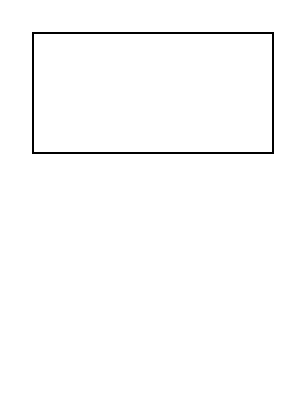
Before: 未命名绘图.drawio in zhzs1900/test, a draw.io diagram. Source tidied: cells renumbered, new cells numbered last; positions are measured from the earlier drawing's top-left corner, leaving out a move shared by most shapes. Both pictures are drawn from the tidied source at 200%, with x=0, y=0 at pixel (32, 32).
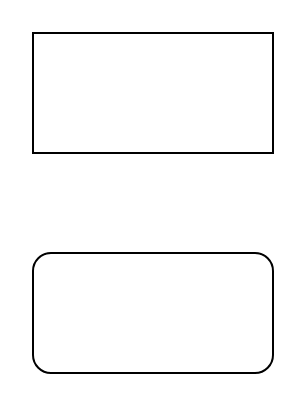
Above is the later version.

Commit message (it also covers changes not shown here):
更新未命名绘图.drawio

What changed in the source:
```diff
@@
 <mxGraphModel>
   <root>
     <mxCell id="0" />
     <mxCell id="1" parent="0" />
     <mxCell id="2" style="rounded=0;whiteSpace=wrap;html=1;" parent="1" vertex="1">
       <mxGeometry width="120" height="60" as="geometry" />
     </mxCell>
+    <mxCell id="3" style="rounded=1;whiteSpace=wrap;html=1;" parent="1" vertex="1">
+      <mxGeometry y="110" width="120" height="60" as="geometry" />
+    </mxCell>
   </root>
 </mxGraphModel>
```
